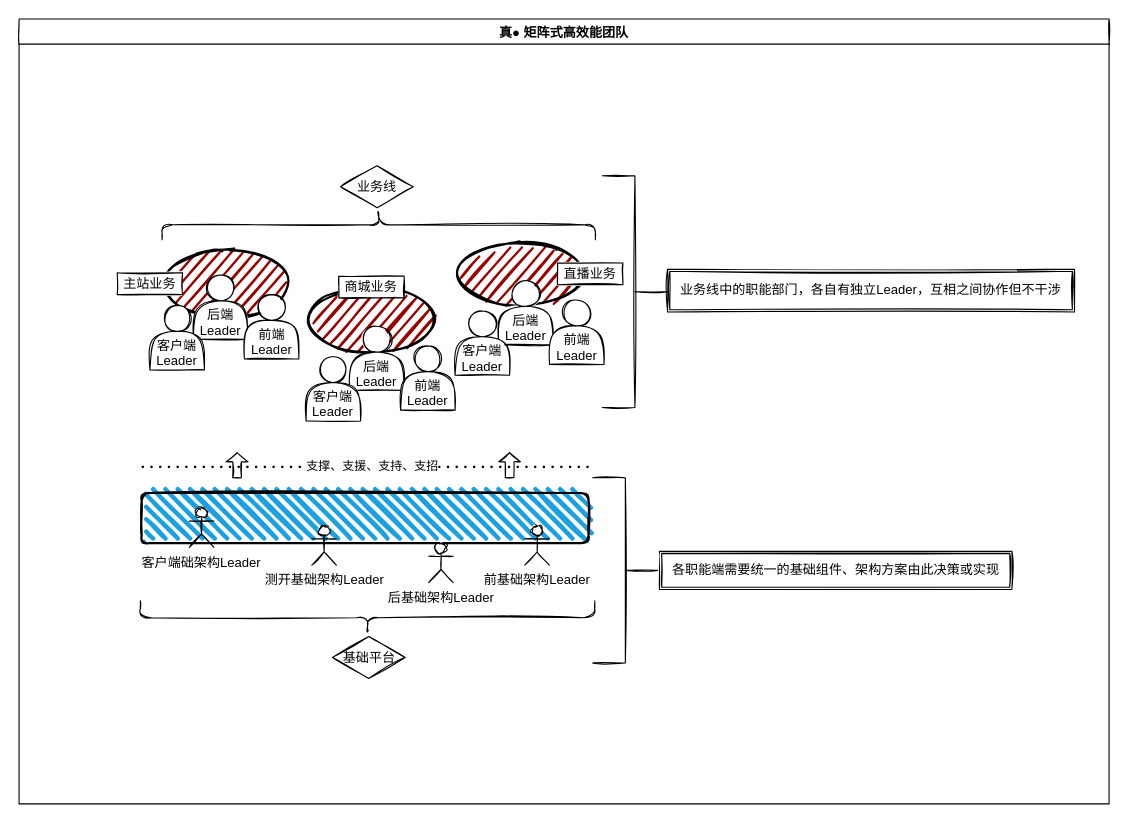
This is 真矩阵式高效能团队.drawio from sohanyu/drawio, a draw.io file, before an edit. Source tidied: cells renumbered, new cells numbered last; positions are measured from the earlier drawing's top-left corner, leaving out a move shared by most shapes. Both pictures are drawn from the tidied source at 109%, with x=0, y=0 at pixel (19, 8).
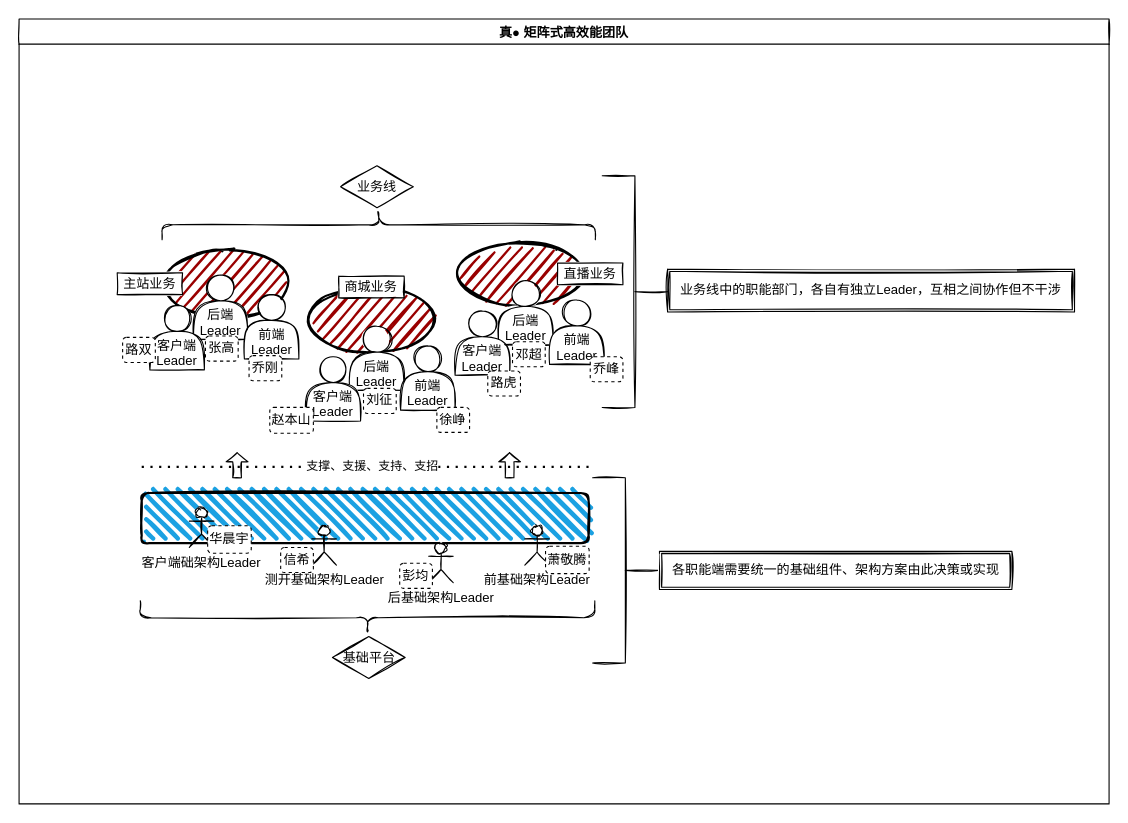
The same diagram, later.

Commit message:
Update 真矩阵式高效能团队.drawio

Unchanged cells that the change refers to:
```xml
<mxCell id="8" value="真● 矩阵式高效能团队" style="swimlane;sketch=1;" parent="1" vertex="1">
  <mxGeometry y="10" width="1000" height="720" as="geometry" />
</mxCell>
```

What changed in the source:
```diff
@@
+    <mxCell id="35" value="路双" style="rounded=1;whiteSpace=wrap;html=1;dashed=1;" parent="8" vertex="1">
+      <mxGeometry x="95" y="292" width="30" height="23" as="geometry" />
+    </mxCell>
+    <mxCell id="36" value="路虎" style="rounded=1;whiteSpace=wrap;html=1;dashed=1;" parent="8" vertex="1">
+      <mxGeometry x="430" y="322.8" width="30" height="23" as="geometry" />
+    </mxCell>
+    <mxCell id="37" value="乔峰" style="rounded=1;whiteSpace=wrap;html=1;dashed=1;" parent="8" vertex="1">
+      <mxGeometry x="524" y="309.8" width="30" height="23" as="geometry" />
+    </mxCell>
+    <mxCell id="38" value="乔刚" style="rounded=1;whiteSpace=wrap;html=1;dashed=1;" parent="8" vertex="1">
+      <mxGeometry x="211" y="308.8" width="30" height="23" as="geometry" />
+    </mxCell>
+    <mxCell id="39" value="邓超" style="rounded=1;whiteSpace=wrap;html=1;dashed=1;" parent="8" vertex="1">
+      <mxGeometry x="452.7" y="296" width="30" height="23" as="geometry" />
+    </mxCell>
+    <mxCell id="40" value="彭均" style="rounded=1;whiteSpace=wrap;html=1;dashed=1;" parent="8" vertex="1">
+      <mxGeometry x="349.2" y="499.3" width="30" height="23" as="geometry" />
+    </mxCell>
+    <mxCell id="41" value="信希" style="rounded=1;whiteSpace=wrap;html=1;dashed=1;" parent="8" vertex="1">
+      <mxGeometry x="240" y="484.8" width="30" height="23" as="geometry" />
+    </mxCell>
+    <mxCell id="42" value="华晨宇" style="rounded=1;whiteSpace=wrap;html=1;dashed=1;" parent="8" vertex="1">
+      <mxGeometry x="173" y="464.8" width="40" height="25.2" as="geometry" />
+    </mxCell>
+    <mxCell id="43" value="萧敬腾" style="rounded=1;whiteSpace=wrap;html=1;dashed=1;" parent="8" vertex="1">
+      <mxGeometry x="483" y="483.6" width="40" height="25.2" as="geometry" />
+    </mxCell>
+    <mxCell id="44" value="刘征" style="rounded=1;whiteSpace=wrap;html=1;dashed=1;" parent="8" vertex="1">
+      <mxGeometry x="316" y="338.8" width="30" height="23" as="geometry" />
+    </mxCell>
+    <mxCell id="45" value="徐峥" style="rounded=1;whiteSpace=wrap;html=1;dashed=1;" parent="8" vertex="1">
+      <mxGeometry x="383.3" y="356.2" width="30" height="23" as="geometry" />
+    </mxCell>
+    <mxCell id="46" value="赵本山" style="rounded=1;whiteSpace=wrap;html=1;dashed=1;" parent="8" vertex="1">
+      <mxGeometry x="230" y="356.2" width="40" height="23.8" as="geometry" />
+    </mxCell>
@@
+    <mxCell id="47" value="张高" style="rounded=1;whiteSpace=wrap;html=1;dashed=1;" parent="1" vertex="1">
+      <mxGeometry x="171" y="300.8" width="30" height="23" as="geometry" />
+    </mxCell>
```
